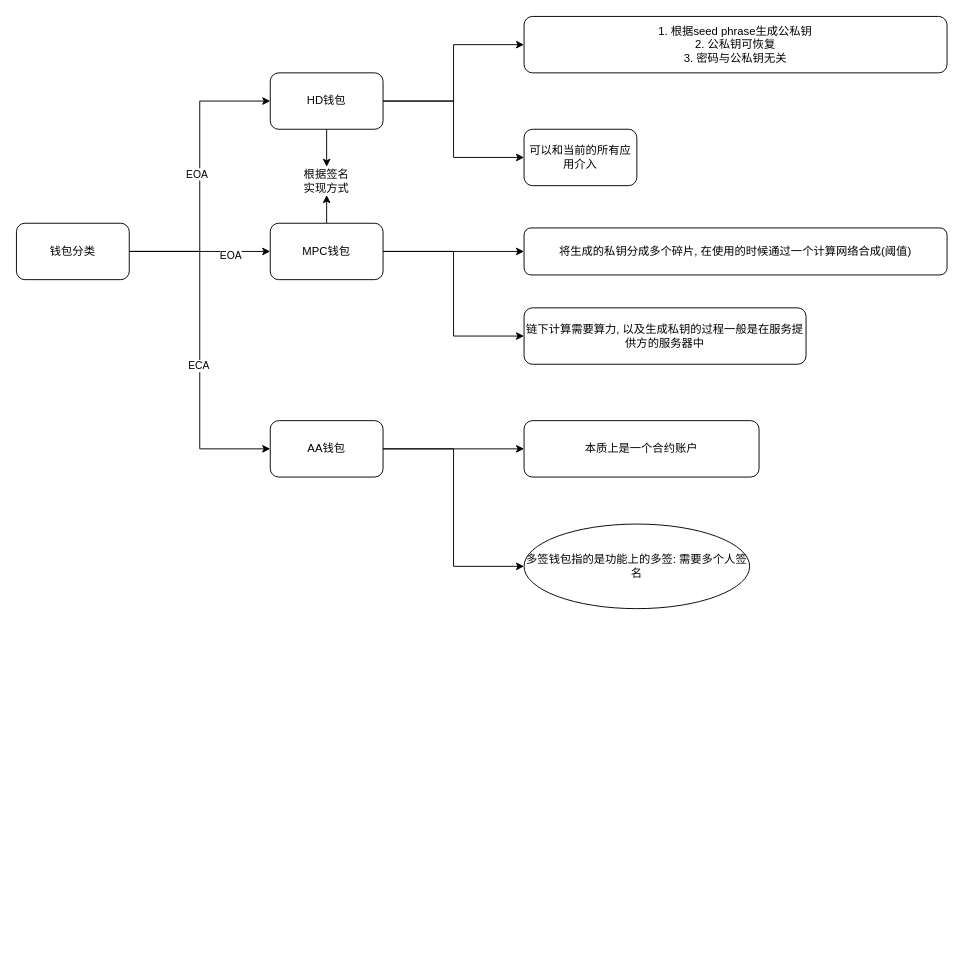
Above: templates/钱包.drawio in YuPccc/flask_demo (draw.io), before the change. Source tidied: cells renumbered, new cells numbered last; positions are measured from the earlier drawing's top-left corner, leaving out a move shared by most shapes. Both pictures are drawn from the tidied source at 94%, with x=0, y=0 at pixel (16, 16).
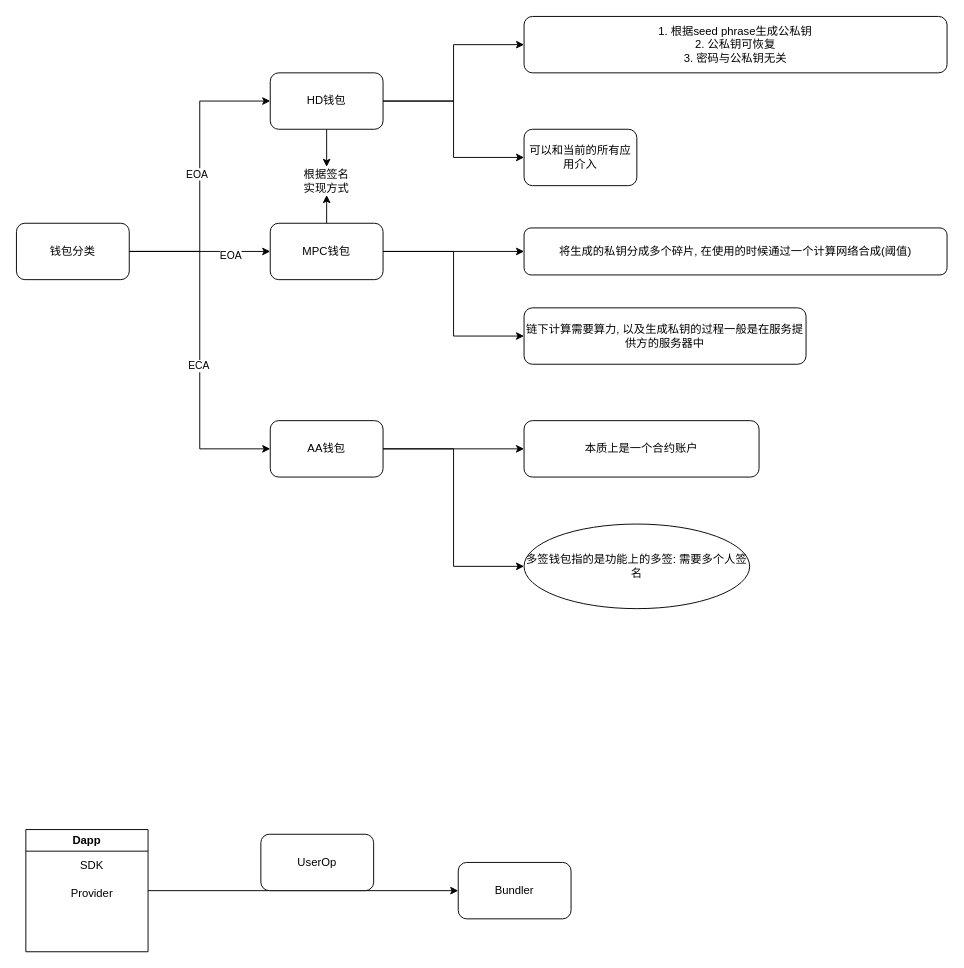
Above is the later version.

Change to the diagram source:
```diff
@@
+    <mxCell id="27" style="edgeStyle=orthogonalEdgeStyle;rounded=0;jettySize=auto;html=1;exitX=1;exitY=0.5;exitDx=0;exitDy=0;entryX=0;entryY=0.5;entryDx=0;entryDy=0;" parent="1" edge="1" source="30" target="28">
+      <mxGeometry relative="1" as="geometry" />
+    </mxCell>
+    <mxCell id="28" value="Bundler" style="rounded=1;whiteSpace=wrap;html=1;" parent="1" vertex="1">
+      <mxGeometry x="470" y="900" width="120" height="60" as="geometry" />
+    </mxCell>
+    <mxCell id="29" value="UserOp" style="rounded=1;whiteSpace=wrap;html=1;" parent="1" vertex="1">
+      <mxGeometry x="260" y="870" width="120" height="60" as="geometry" />
+    </mxCell>
+    <mxCell id="30" value="Dapp" style="swimlane;whiteSpace=wrap;html=1;startSize=23;" parent="1" vertex="1">
+      <mxGeometry x="10" y="865" width="130" height="130" as="geometry" />
+    </mxCell>
+    <mxCell id="31" value="SDK" style="text;html=1;align=center;verticalAlign=middle;strokeColor=none;fillColor=none;" parent="1" vertex="1">
+      <mxGeometry x="55" y="888" width="50" height="30" as="geometry" />
+    </mxCell>
+    <mxCell id="32" value="Provider" style="text;html=1;align=center;verticalAlign=middle;strokeColor=none;fillColor=none;" parent="1" vertex="1">
+      <mxGeometry x="45" y="918" width="70" height="30" as="geometry" />
+    </mxCell>
```
